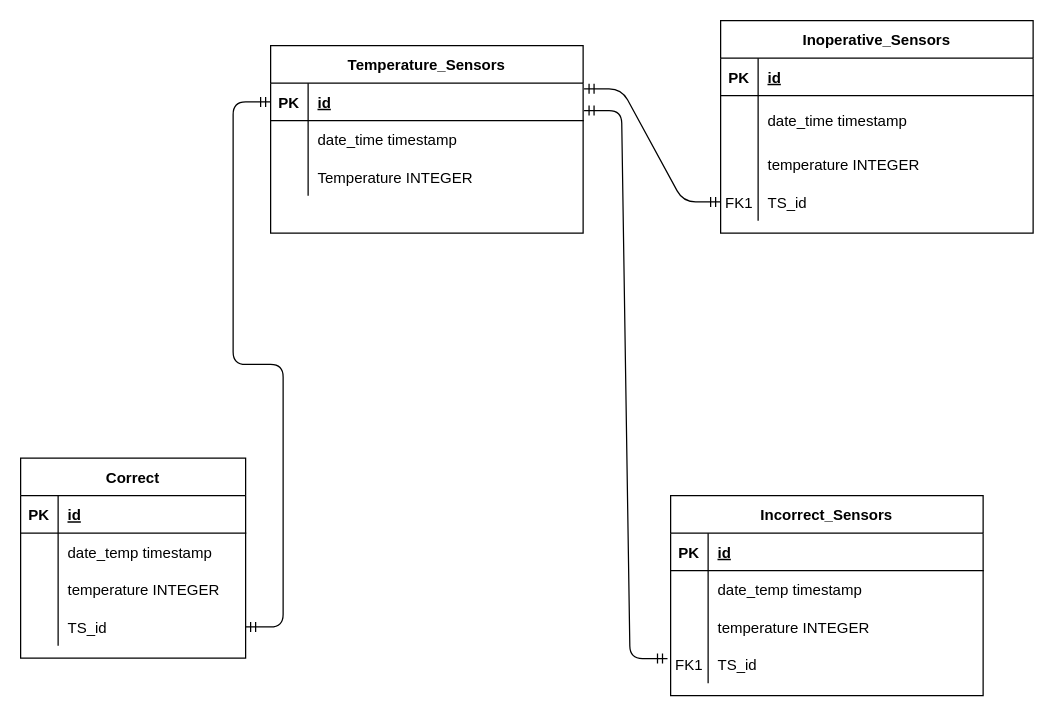
This is Untitled Diagram.drawio from icxak/Sensors_Monitoring, a draw.io file, before an edit. Source tidied: cells renumbered, new cells numbered last; positions are measured from the earlier drawing's top-left corner, leaving out a move shared by most shapes. Both pictures are drawn from the tidied source at 125%, with x=0, y=0 at pixel (20, 20).
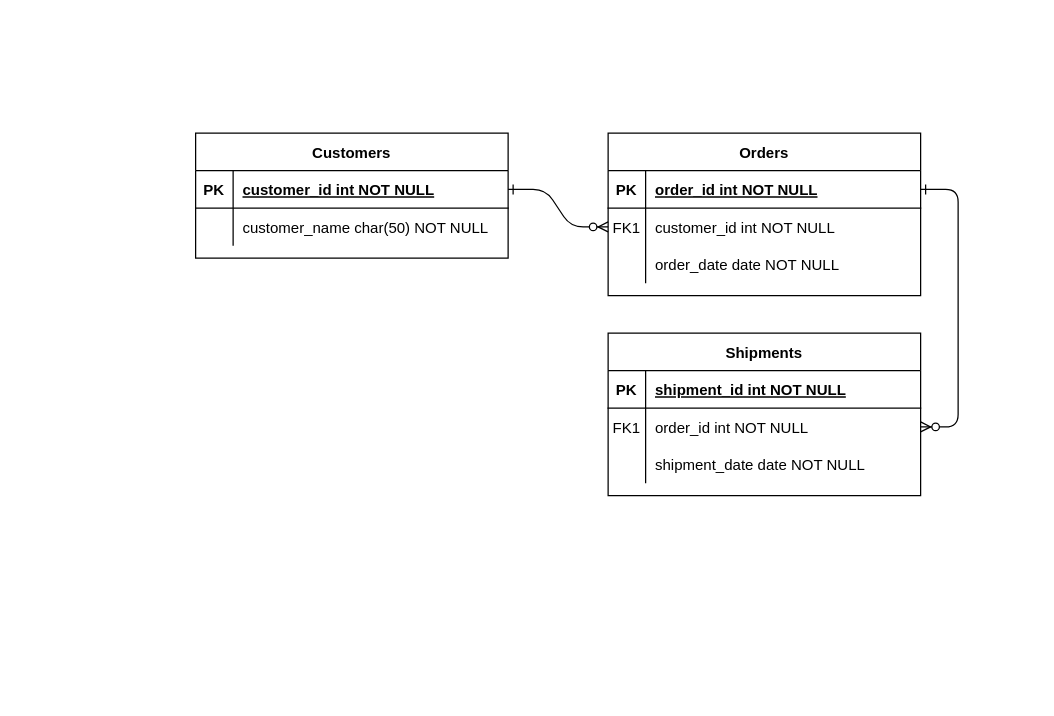
The same diagram, later.

Unchanged cells that the change refers to:
```xml
<mxCell id="3" style="shape=partialRectangle;fillColor=none;points=[[0,0.5],[1,0.5]];portConstraint=eastwest;top=0;left=0;right=0;bottom=1;" parent="2" vertex="1">
  <mxGeometry y="30" width="250" height="30" as="geometry" />
</mxCell>
<mxCell id="16" style="shape=partialRectangle;fillColor=none;top=0;left=0;right=0;bottom=1;" parent="15" vertex="1">
  <mxGeometry y="30" width="250" height="30" as="geometry" />
</mxCell>
<mxCell id="19" style="shape=partialRectangle;fillColor=none;points=[[0,0.5],[1,0.5]];portConstraint=eastwest;top=0;left=0;right=0;bottom=0;" parent="15" vertex="1">
  <mxGeometry y="60" width="250" height="30" as="geometry" />
</mxCell>
<mxCell id="22" style="shape=partialRectangle;fillColor=none;top=0;left=0;right=0;bottom=0;" parent="15" vertex="1">
  <mxGeometry y="90" width="250" height="30" as="geometry" />
</mxCell>
<mxCell id="32" style="shape=partialRectangle;fillColor=none;top=0;left=0;right=0;bottom=0;" parent="28" vertex="1">
  <mxGeometry y="60" width="250" height="30" as="geometry" />
</mxCell>
```

The edit, as a diff of the source:
```diff
@@
+    <mxCell id="54" style="edgeStyle=entityRelationEdgeStyle;endArrow=ERzeroToMany;startArrow=ERone;endFill=1;startFill=0;" parent="1" edge="1" source="29" target="6">
+      <mxGeometry relative="1" as="geometry" />
+    </mxCell>
+    <mxCell id="55" style="edgeStyle=entityRelationEdgeStyle;endArrow=ERzeroToMany;startArrow=ERone;endFill=1;startFill=0;" parent="1" edge="1" source="3" target="19">
+      <mxGeometry relative="1" as="geometry" />
+    </mxCell>
-    <mxCell id="2" value="Inoperative_Sensors" style="shape=table;startSize=30;childLayout=tableLayout;rowLines=0;fontStyle=1;align=center;" parent="1" vertex="1">
-      <mxGeometry x="560" width="250" height="170" as="geometry" />
+    <mxCell id="2" value="Orders" style="shape=table;startSize=30;childLayout=tableLayout;rowLines=0;fontStyle=1;align=center;" parent="1" vertex="1">
+      <mxGeometry x="470" y="90" width="250" height="130" as="geometry" />
     </mxCell>
@@
-    <mxCell id="5" value="id" style="shape=partialRectangle;overflow=hidden;fillColor=none;top=0;left=0;bottom=0;right=0;align=left;spacingLeft=6;fontStyle=5;" parent="3" vertex="1">
+    <mxCell id="5" value="order_id int NOT NULL " style="shape=partialRectangle;overflow=hidden;fillColor=none;top=0;left=0;bottom=0;right=0;align=left;spacingLeft=6;fontStyle=5;" parent="3" vertex="1">
       <mxGeometry x="30" width="220" height="30" as="geometry" />
     </mxCell>
     <mxCell id="6" style="shape=partialRectangle;fillColor=none;points=[[0,0.5],[1,0.5]];portConstraint=eastwest;top=0;left=0;right=0;bottom=0;" parent="2" vertex="1">
-      <mxGeometry y="60" width="250" height="40" as="geometry" />
+      <mxGeometry y="60" width="250" height="30" as="geometry" />
     </mxCell>
-    <mxCell id="7" style="shape=partialRectangle;overflow=hidden;fillColor=none;top=0;left=0;bottom=0;right=0;" parent="6" vertex="1">
-      <mxGeometry width="30" height="40" as="geometry" />
+    <mxCell id="7" value="FK1" style="shape=partialRectangle;overflow=hidden;fillColor=none;top=0;left=0;bottom=0;right=0;" parent="6" vertex="1">
+      <mxGeometry width="30" height="30" as="geometry" />
     </mxCell>
-    <mxCell id="8" value="date_time timestamp" style="shape=partialRectangle;overflow=hidden;fillColor=none;top=0;left=0;bottom=0;right=0;align=left;spacingLeft=6;" parent="6" vertex="1">
-      <mxGeometry x="30" width="220" height="40" as="geometry" />
+    <mxCell id="8" value="customer_id int NOT NULL" style="shape=partialRectangle;overflow=hidden;fillColor=none;top=0;left=0;bottom=0;right=0;align=left;spacingLeft=6;" parent="6" vertex="1">
+      <mxGeometry x="30" width="220" height="30" as="geometry" />
     </mxCell>
     <mxCell id="9" style="shape=partialRectangle;fillColor=none;top=0;left=0;right=0;bottom=0;" parent="2" vertex="1">
-      <mxGeometry y="100" width="250" height="30" as="geometry" />
+      <mxGeometry y="90" width="250" height="30" as="geometry" />
     </mxCell>
@@
-    <mxCell id="11" value="temperature INTEGER" style="shape=partialRectangle;overflow=hidden;fillColor=none;top=0;left=0;bottom=0;right=0;align=left;spacingLeft=6;" parent="9" vertex="1">
+    <mxCell id="11" value="order_date date NOT NULL" style="shape=partialRectangle;overflow=hidden;fillColor=none;top=0;left=0;bottom=0;right=0;align=left;spacingLeft=6;" parent="9" vertex="1">
       <mxGeometry x="30" width="220" height="30" as="geometry" />
     </mxCell>
-    <mxCell id="12" style="shape=partialRectangle;fillColor=none;points=[[0,0.5],[1,0.5]];portConstraint=eastwest;top=0;left=0;right=0;bottom=0;" parent="2" vertex="1">
-      <mxGeometry y="130" width="250" height="30" as="geometry" />
-    </mxCell>
-    <mxCell id="13" value="FK1" style="shape=partialRectangle;overflow=hidden;fillColor=none;top=0;left=0;bottom=0;right=0;" parent="12" vertex="1">
-      <mxGeometry width="30" height="30" as="geometry" />
-    </mxCell>
-    <mxCell id="14" value="TS_id" style="shape=partialRectangle;overflow=hidden;fillColor=none;top=0;left=0;bottom=0;right=0;align=left;spacingLeft=6;" parent="12" vertex="1">
-      <mxGeometry x="30" width="220" height="30" as="geometry" />
-    </mxCell>
-    <mxCell id="15" value="Incorrect_Sensors" style="shape=table;startSize=30;childLayout=tableLayout;rowLines=0;fontStyle=1;align=center;" parent="1" vertex="1">
-      <mxGeometry x="520" y="380" width="250" height="160" as="geometry" />
+    <mxCell id="15" value="Shipments" style="shape=table;startSize=30;childLayout=tableLayout;rowLines=0;fontStyle=1;align=center;" parent="1" vertex="1">
+      <mxGeometry x="470" y="250" width="250" height="130" as="geometry" />
     </mxCell>
@@
-    <mxCell id="18" value="id" style="shape=partialRectangle;overflow=hidden;fillColor=none;top=0;left=0;bottom=0;right=0;align=left;spacingLeft=6;fontStyle=5;" parent="16" vertex="1">
+    <mxCell id="18" value="shipment_id int NOT NULL " style="shape=partialRectangle;overflow=hidden;fillColor=none;top=0;left=0;bottom=0;right=0;align=left;spacingLeft=6;fontStyle=5;" parent="16" vertex="1">
       <mxGeometry x="30" width="220" height="30" as="geometry" />
     </mxCell>
@@
-    <mxCell id="20" style="shape=partialRectangle;overflow=hidden;fillColor=none;top=0;left=0;bottom=0;right=0;" parent="19" vertex="1">
+    <mxCell id="20" value="FK1" style="shape=partialRectangle;overflow=hidden;fillColor=none;top=0;left=0;bottom=0;right=0;" parent="19" vertex="1">
       <mxGeometry width="30" height="30" as="geometry" />
     </mxCell>
-    <mxCell id="21" value="date_temp timestamp" style="shape=partialRectangle;overflow=hidden;fillColor=none;top=0;left=0;bottom=0;right=0;align=left;spacingLeft=6;" parent="19" vertex="1">
+    <mxCell id="21" value="order_id int NOT NULL" style="shape=partialRectangle;overflow=hidden;fillColor=none;top=0;left=0;bottom=0;right=0;align=left;spacingLeft=6;" parent="19" vertex="1">
       <mxGeometry x="30" width="220" height="30" as="geometry" />
     </mxCell>
@@
-    <mxCell id="24" value="temperature INTEGER" style="shape=partialRectangle;overflow=hidden;fillColor=none;top=0;left=0;bottom=0;right=0;align=left;spacingLeft=6;" parent="22" vertex="1">
+    <mxCell id="24" value="shipment_date date NOT NULL" style="shape=partialRectangle;overflow=hidden;fillColor=none;top=0;left=0;bottom=0;right=0;align=left;spacingLeft=6;" parent="22" vertex="1">
       <mxGeometry x="30" width="220" height="30" as="geometry" />
     </mxCell>
-    <mxCell id="25" style="shape=partialRectangle;fillColor=none;points=[[0,0.5],[1,0.5]];portConstraint=eastwest;top=0;left=0;right=0;bottom=0;" parent="15" vertex="1">
-      <mxGeometry y="120" width="250" height="30" as="geometry" />
-    </mxCell>
-    <mxCell id="26" value="FK1" style="shape=partialRectangle;overflow=hidden;fillColor=none;top=0;left=0;bottom=0;right=0;" parent="25" vertex="1">
-      <mxGeometry width="30" height="30" as="geometry" />
-    </mxCell>
-    <mxCell id="27" value="TS_id" style="shape=partialRectangle;overflow=hidden;fillColor=none;top=0;left=0;bottom=0;right=0;align=left;spacingLeft=6;" parent="25" vertex="1">
-      <mxGeometry x="30" width="220" height="30" as="geometry" />
-    </mxCell>
-    <mxCell id="28" value="Temperature_Sensors" style="shape=table;startSize=30;childLayout=tableLayout;rowLines=0;fontStyle=1;align=center;" parent="1" vertex="1">
-      <mxGeometry x="200" y="20" width="250" height="150" as="geometry" />
+    <mxCell id="28" value="Customers" style="shape=table;startSize=30;childLayout=tableLayout;rowLines=0;fontStyle=1;align=center;" parent="1" vertex="1">
+      <mxGeometry x="140" y="90" width="250" height="100" as="geometry" />
     </mxCell>
-    <mxCell id="29" style="shape=partialRectangle;fillColor=none;points=[[0,0.5],[1,0.5]];portConstraint=eastwest;top=0;left=0;right=0;bottom=1;fontStyle=1;" parent="28" vertex="1">
+    <mxCell id="29" style="shape=partialRectangle;fillColor=none;points=[[0,0.5],[1,0.5]];portConstraint=eastwest;top=0;left=0;right=0;bottom=1;" parent="28" vertex="1">
       <mxGeometry y="30" width="250" height="30" as="geometry" />
     </mxCell>
@@
-    <mxCell id="31" value="id" style="shape=partialRectangle;overflow=hidden;fillColor=none;top=0;left=0;bottom=0;right=0;align=left;spacingLeft=6;fontStyle=5;" parent="29" vertex="1">
+    <mxCell id="31" value="customer_id int NOT NULL " style="shape=partialRectangle;overflow=hidden;fillColor=none;top=0;left=0;bottom=0;right=0;align=left;spacingLeft=6;fontStyle=5;" parent="29" vertex="1">
       <mxGeometry x="30" width="220" height="30" as="geometry" />
     </mxCell>
@@
-    <mxCell id="34" value="date_time timestamp" style="shape=partialRectangle;overflow=hidden;fillColor=none;top=0;left=0;bottom=0;right=0;align=left;spacingLeft=6;" parent="32" vertex="1">
+    <mxCell id="34" value="customer_name char(50) NOT NULL" style="shape=partialRectangle;overflow=hidden;fillColor=none;top=0;left=0;bottom=0;right=0;align=left;spacingLeft=6;" parent="32" vertex="1">
       <mxGeometry x="30" width="220" height="30" as="geometry" />
     </mxCell>
-    <mxCell id="35" style="shape=partialRectangle;fillColor=none;top=0;left=0;right=0;bottom=0;" parent="28" vertex="1">
-      <mxGeometry y="90" width="250" height="30" as="geometry" />
-    </mxCell>
-    <mxCell id="36" style="shape=partialRectangle;overflow=hidden;fillColor=none;top=0;left=0;bottom=0;right=0;" parent="35" vertex="1">
-      <mxGeometry width="30" height="30" as="geometry" />
-    </mxCell>
-    <mxCell id="37" value="Temperature INTEGER" style="shape=partialRectangle;overflow=hidden;fillColor=none;top=0;left=0;bottom=0;right=0;align=left;spacingLeft=6;" parent="35" vertex="1">
-      <mxGeometry x="30" width="220" height="30" as="geometry" />
-    </mxCell>
-    <mxCell id="38" style="edgeStyle=entityRelationEdgeStyle;fontSize=12;html=1;endArrow=ERmandOne;startArrow=ERmandOne;entryX=0;entryY=0.5;entryDx=0;entryDy=0;exitX=1.003;exitY=0.15;exitDx=0;exitDy=0;exitPerimeter=0;" parent="1" edge="1" source="29" target="12">
-      <mxGeometry relative="1" as="geometry" />
-    </mxCell>
-    <mxCell id="39" style="edgeStyle=entityRelationEdgeStyle;fontSize=12;html=1;endArrow=ERmandOne;startArrow=ERmandOne;entryX=-0.01;entryY=0.344;entryDx=0;entryDy=0;entryPerimeter=0;exitX=1.003;exitY=0.733;exitDx=0;exitDy=0;exitPerimeter=0;" parent="1" edge="1" source="29" target="25">
-      <mxGeometry relative="1" as="geometry" />
-    </mxCell>
-    <mxCell id="40" value="Correct" style="shape=table;startSize=30;childLayout=tableLayout;rowLines=0;fontStyle=1;align=center;" parent="1" vertex="1">
-      <mxGeometry y="350" width="180" height="160" as="geometry" />
-    </mxCell>
-    <mxCell id="41" style="shape=partialRectangle;fillColor=none;top=0;left=0;bottom=1;right=0;" parent="40" vertex="1">
-      <mxGeometry y="30" width="180" height="30" as="geometry" />
-    </mxCell>
-    <mxCell id="42" value="PK" style="shape=partialRectangle;fillColor=none;top=0;left=0;bottom=0;right=0;fontStyle=1;overflow=hidden;" parent="41" vertex="1">
-      <mxGeometry width="30" height="30" as="geometry" />
-    </mxCell>
-    <mxCell id="43" value="id" style="shape=partialRectangle;fillColor=none;top=0;left=0;bottom=0;right=0;align=left;spacingLeft=6;fontStyle=5;overflow=hidden;" parent="41" vertex="1">
-      <mxGeometry x="30" width="150" height="30" as="geometry" />
-    </mxCell>
-    <mxCell id="44" style="shape=partialRectangle;fillColor=none;top=0;left=0;bottom=0;right=0;" parent="40" vertex="1">
-      <mxGeometry y="60" width="180" height="30" as="geometry" />
-    </mxCell>
-    <mxCell id="45" style="shape=partialRectangle;fillColor=none;top=0;left=0;bottom=0;right=0;overflow=hidden;" parent="44" vertex="1">
-      <mxGeometry width="30" height="30" as="geometry" />
-    </mxCell>
-    <mxCell id="46" value="date_temp timestamp" style="shape=partialRectangle;fillColor=none;top=0;left=0;bottom=0;right=0;align=left;spacingLeft=6;overflow=hidden;" parent="44" vertex="1">
-      <mxGeometry x="30" width="150" height="30" as="geometry" />
-    </mxCell>
-    <mxCell id="47" style="shape=partialRectangle;fillColor=none;top=0;left=0;bottom=0;right=0;" parent="40" vertex="1">
-      <mxGeometry y="90" width="180" height="30" as="geometry" />
-    </mxCell>
-    <mxCell id="48" style="shape=partialRectangle;fillColor=none;top=0;left=0;bottom=0;right=0;overflow=hidden;" parent="47" vertex="1">
-      <mxGeometry width="30" height="30" as="geometry" />
-    </mxCell>
-    <mxCell id="49" value="temperature INTEGER" style="shape=partialRectangle;fillColor=none;top=0;left=0;bottom=0;right=0;align=left;spacingLeft=6;overflow=hidden;" parent="47" vertex="1">
-      <mxGeometry x="30" width="150" height="30" as="geometry" />
-    </mxCell>
-    <mxCell id="50" style="shape=partialRectangle;fillColor=none;top=0;left=0;bottom=0;right=0;points=[[0,0.5],[1,0.5]];portConstraint=eastwest;" parent="40" vertex="1">
-      <mxGeometry y="120" width="180" height="30" as="geometry" />
-    </mxCell>
-    <mxCell id="51" style="shape=partialRectangle;fillColor=none;top=0;left=0;bottom=0;right=0;overflow=hidden;" parent="50" vertex="1">
-      <mxGeometry width="30" height="30" as="geometry" />
-    </mxCell>
-    <mxCell id="52" value="TS_id" style="shape=partialRectangle;fillColor=none;top=0;left=0;bottom=0;right=0;align=left;spacingLeft=6;overflow=hidden;" parent="50" vertex="1">
-      <mxGeometry x="30" width="150" height="30" as="geometry" />
-    </mxCell>
-    <mxCell id="53" style="edgeStyle=entityRelationEdgeStyle;fontSize=12;html=1;endArrow=ERmandOne;startArrow=ERmandOne;exitX=1;exitY=0.5;exitDx=0;exitDy=0;entryX=0;entryY=0.5;entryDx=0;entryDy=0;" parent="1" edge="1" source="50" target="29">
-      <mxGeometry relative="1" as="geometry" />
-    </mxCell>
```
